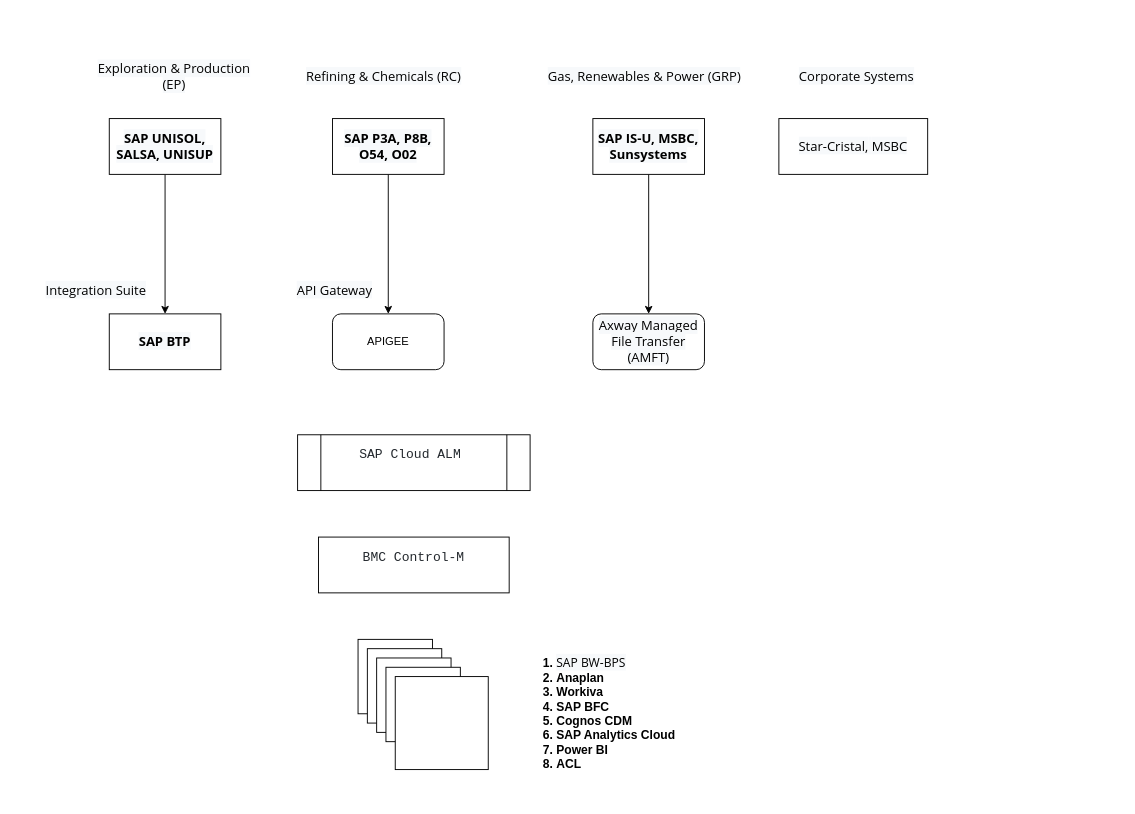
biswarup81/drawings keeps this draw.io diagram as total.drawio. Above is the earlier version. Source tidied: cells renumbered, new cells numbered last; positions are measured from the earlier drawing's top-left corner, leaving out a move shared by most shapes. Both pictures are drawn from the tidied source at 93%, with x=0, y=0 at pixel (44, 62).
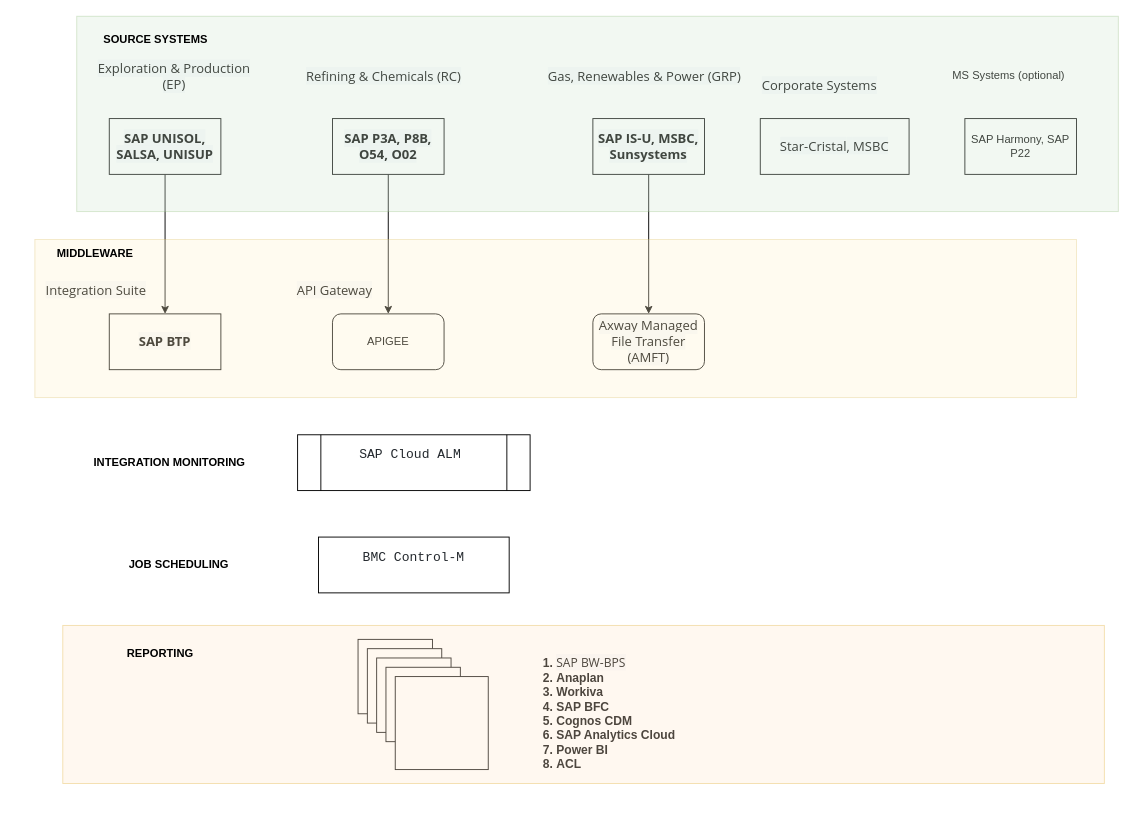
The same page after the edit.

The edit, as a diff of the source:
```diff
@@
     <mxCell id="24" value="&lt;div style=&quot;text-align: left;&quot;&gt;&lt;span style=&quot;background-color: rgb(247, 249, 251); font-family: &amp;quot;Open Sans&amp;quot;, sans-serif; font-size: 14px; box-sizing: border-box;&quot;&gt;Star-Cristal&lt;/span&gt;&lt;span style=&quot;background-color: rgb(247, 249, 251); font-family: &amp;quot;Open Sans&amp;quot;, sans-serif; font-size: 14px;&quot;&gt;,&lt;/span&gt;&lt;span style=&quot;background-color: rgb(247, 249, 251); font-family: &amp;quot;Open Sans&amp;quot;, sans-serif; font-size: 14px;&quot;&gt;&amp;nbsp;&lt;/span&gt;&lt;span style=&quot;background-color: rgb(247, 249, 251); font-family: &amp;quot;Open Sans&amp;quot;, sans-serif; font-size: 14px; box-sizing: border-box;&quot;&gt;MSBC&lt;/span&gt;&lt;/div&gt;" style="rounded=0;whiteSpace=wrap;html=1;" parent="1" vertex="1">
-      <mxGeometry x="790" y="60" width="160" height="60" as="geometry" />
+      <mxGeometry x="770" y="60" width="160" height="60" as="geometry" />
     </mxCell>
     <mxCell id="25" value="&lt;span style=&quot;box-sizing: border-box; color: rgb(0, 0, 0); font-family: &amp;quot;Open Sans&amp;quot;, sans-serif; font-size: 14px; font-style: normal; font-variant-ligatures: normal; font-variant-caps: normal; letter-spacing: normal; orphans: 2; text-align: justify; text-indent: 0px; text-transform: none; widows: 2; word-spacing: 0px; -webkit-text-stroke-width: 0px; white-space: normal; background-color: rgb(247, 249, 251); text-decoration-thickness: initial; text-decoration-style: initial; text-decoration-color: initial;&quot;&gt;Corporate Systems&lt;/span&gt;" style="text;whiteSpace=wrap;html=1;fontStyle=0;" parent="1" vertex="1">
-      <mxGeometry x="810" width="150" height="40" as="geometry" />
+      <mxGeometry x="770" y="10" width="150" height="40" as="geometry" />
     </mxCell>
+    <mxCell id="26" value="SAP Harmony, SAP P22" style="rounded=0;whiteSpace=wrap;html=1;" parent="1" vertex="1">
+      <mxGeometry x="990" y="60" width="120" height="60" as="geometry" />
+    </mxCell>
+    <mxCell id="27" value="MS Systems (optional)" style="text;whiteSpace=wrap;" parent="1" vertex="1">
+      <mxGeometry x="975" width="150" height="40" as="geometry" />
+    </mxCell>
+    <mxCell id="28" style="rounded=0;whiteSpace=wrap;html=1;fillColor=#fff2cc;strokeColor=#d6b656;opacity=30;" parent="1" vertex="1">
+      <mxGeometry x="-10" y="190" width="1120" height="170" as="geometry" />
+    </mxCell>
+    <mxCell id="29" value="&lt;b&gt;MIDDLEWARE&lt;/b&gt;" style="text;html=1;align=center;verticalAlign=middle;whiteSpace=wrap;rounded=0;" parent="1" vertex="1">
+      <mxGeometry x="-30" y="190" width="170" height="30" as="geometry" />
+    </mxCell>
+    <mxCell id="30" style="rounded=0;whiteSpace=wrap;html=1;fillColor=#d5e8d4;strokeColor=#82b366;opacity=30;" parent="1" vertex="1">
+      <mxGeometry x="35" y="-50" width="1120" height="210" as="geometry" />
+    </mxCell>
+    <mxCell id="31" value="&lt;b&gt;SOURCE SYSTEMS&lt;/b&gt;" style="text;html=1;align=center;verticalAlign=middle;whiteSpace=wrap;rounded=0;" parent="1" vertex="1">
+      <mxGeometry x="35" y="-40" width="170" height="30" as="geometry" />
+    </mxCell>
+    <mxCell id="32" style="rounded=0;whiteSpace=wrap;html=1;fillColor=#ffe6cc;strokeColor=#d79b00;opacity=30;" parent="1" vertex="1">
+      <mxGeometry x="20" y="605" width="1120" height="170" as="geometry" />
+    </mxCell>
+    <mxCell id="33" value="&lt;b&gt;INTEGRATION MONITORING&lt;/b&gt;" style="text;html=1;align=center;verticalAlign=middle;whiteSpace=wrap;rounded=0;" parent="1" vertex="1">
+      <mxGeometry x="50" y="415" width="170" height="30" as="geometry" />
+    </mxCell>
+    <mxCell id="34" value="&lt;b&gt;REPORTING&lt;/b&gt;" style="text;html=1;align=center;verticalAlign=middle;whiteSpace=wrap;rounded=0;" parent="1" vertex="1">
+      <mxGeometry x="40" y="620" width="170" height="30" as="geometry" />
+    </mxCell>
+    <mxCell id="35" value="&lt;b&gt;JOB SCHEDULING&lt;/b&gt;" style="text;html=1;align=center;verticalAlign=middle;whiteSpace=wrap;rounded=0;" parent="1" vertex="1">
+      <mxGeometry x="60" y="525" width="170" height="30" as="geometry" />
+    </mxCell>
```
